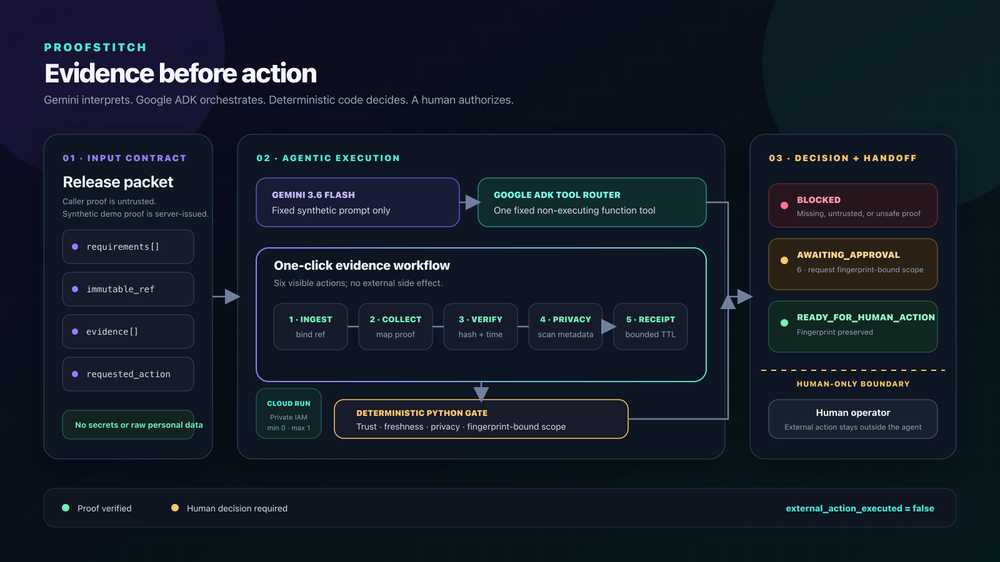
Earlier version of the Mermaid export docs/architecture.png (skaiea13-ai/proofstitch). Its source is kept beside it as docs/architecture.mmd. Its diagram source:
```mermaid
flowchart LR
    U[Authenticated operator] -->|Cloud Run IAM| C[Private Cloud Run service]
    C --> D[Dashboard and bounded REST API]
    D --> W[Server-built synthetic workflow]
    D -->|Fixed prompt only| A[Google ADK Runner]
    A --> G[Gemini 3.6 Flash on Vertex AI]
    A --> T[One fixed non-executing tool]
    W --> E[Trusted synthetic evidence collector]
    X[Caller-supplied packet] -->|Evidence untrusted by default| H
    E --> H{Deterministic Python gate}
    H --> R[SHA-256 receipt and bounded TTL store]
    H -- Missing, untrusted, or invalid --> B[BLOCKED]
    H -- Exact approval missing --> P[AWAITING_APPROVAL]
    H -- Fingerprint-bound scope matches --> Q[READY_FOR_HUMAN_ACTION]
    Q -. Human-only boundary .-> O[Human operator]
```
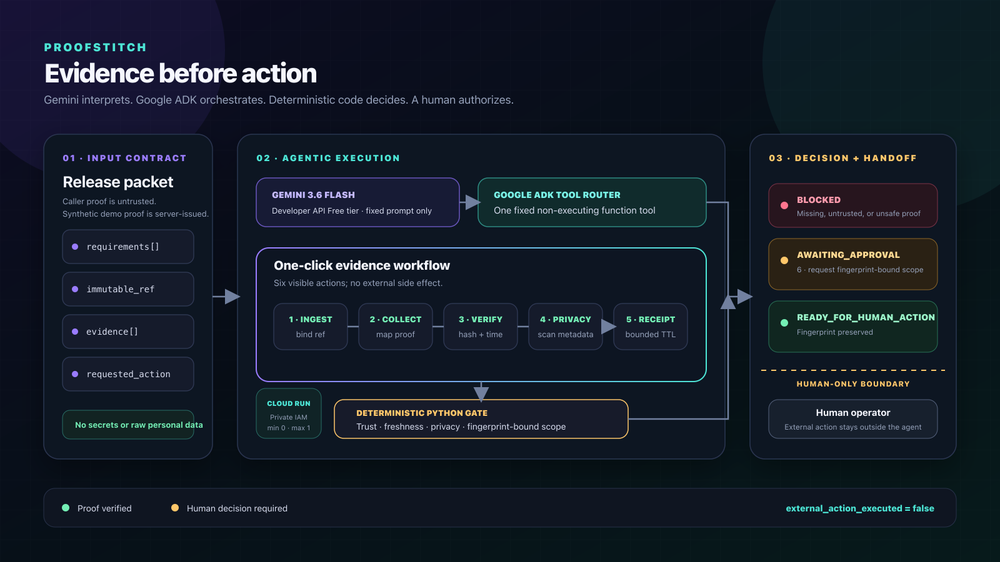
After the commit.

Commit message:
Harden private Gemini demo boundaries

The edit, as a diff of the source:
```diff
@@ -3,7 +3,7 @@
     C --> D[Dashboard and bounded REST API]
     D --> W[Server-built synthetic workflow]
     D -->|Fixed prompt only| A[Google ADK Runner]
-    A --> G[Gemini 3.6 Flash on Vertex AI]
+    A --> G[Gemini 3.6 Flash via Developer API Free tier]
     A --> T[One fixed non-executing tool]
     W --> E[Trusted synthetic evidence collector]
     X[Caller-supplied packet] -->|Evidence untrusted by default| H
```
